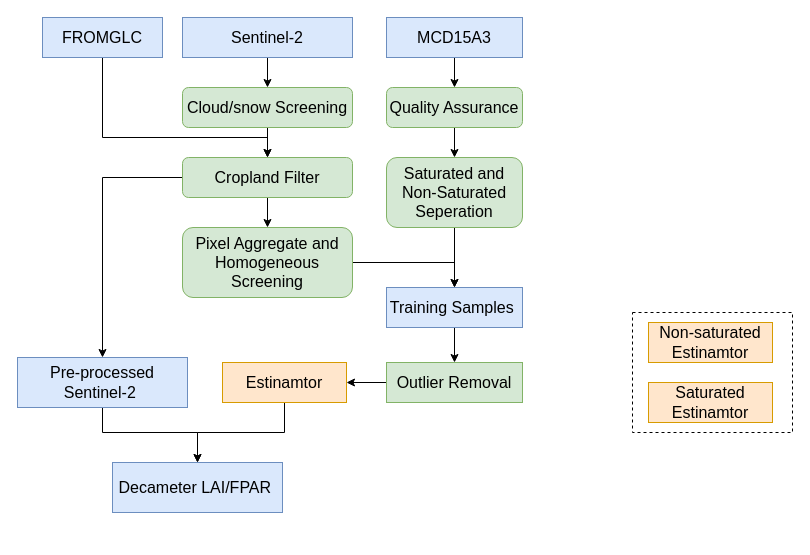
Above: Untitled Diagram.drawio in ynhsun/diagram (draw.io), before the change. Source tidied: cells renumbered, new cells numbered last; positions are measured from the earlier drawing's top-left corner, leaving out a move shared by most shapes. Both pictures are drawn from the tidied source at 100%, with x=0, y=0 at pixel (17, 17).
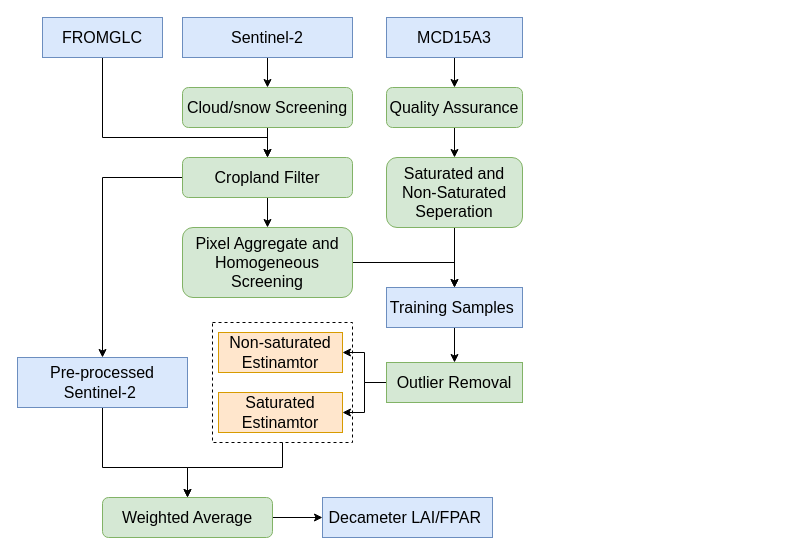
After the change.

The change refers to these unchanged cells:
```xml
<mxCell id="22" value="Outlier Removal" style="rounded=0;whiteSpace=wrap;html=1;fontSize=16;fillColor=#d5e8d4;strokeColor=#82b366;" parent="1" vertex="1">
  <mxGeometry x="369" y="345" width="136" height="40" as="geometry" />
</mxCell>
<mxCell id="26" value="Pre-processed Sentinel-2&amp;nbsp;" style="rounded=0;whiteSpace=wrap;html=1;fontSize=16;fillColor=#dae8fc;strokeColor=#6c8ebf;" parent="1" vertex="1">
  <mxGeometry y="340" width="170" height="50" as="geometry" />
</mxCell>
```

What changed in the source:
```diff
@@
-    <mxCell id="21" style="edgeStyle=orthogonalEdgeStyle;rounded=0;jettySize=auto;html=1;exitX=0;exitY=0.5;exitDx=0;exitDy=0;fontSize=16;" parent="1" edge="1" source="22" target="24">
-      <mxGeometry relative="1" as="geometry" />
-    </mxCell>
+    <mxCell id="31" style="edgeStyle=orthogonalEdgeStyle;rounded=0;jettySize=auto;html=1;exitX=0;exitY=0.5;exitDx=0;exitDy=0;entryX=1;entryY=0.5;entryDx=0;entryDy=0;fontSize=16;" parent="1" edge="1" source="22" target="29">
+      <mxGeometry relative="1" as="geometry" />
+    </mxCell>
+    <mxCell id="32" style="edgeStyle=orthogonalEdgeStyle;rounded=0;jettySize=auto;html=1;exitX=0;exitY=0.5;exitDx=0;exitDy=0;entryX=1;entryY=0.5;entryDx=0;entryDy=0;fontSize=16;" parent="1" edge="1" source="22" target="30">
+      <mxGeometry relative="1" as="geometry" />
+    </mxCell>
@@
-    <mxCell id="23" style="edgeStyle=orthogonalEdgeStyle;rounded=0;jettySize=auto;html=1;exitX=0.5;exitY=1;exitDx=0;exitDy=0;entryX=0.5;entryY=0;entryDx=0;entryDy=0;fontSize=16;" parent="1" edge="1" source="24" target="27">
-      <mxGeometry relative="1" as="geometry" />
-    </mxCell>
-    <mxCell id="24" value="Estinamtor" style="rounded=0;whiteSpace=wrap;html=1;fontSize=16;fillColor=#ffe6cc;strokeColor=#d79b00;" parent="1" vertex="1">
-      <mxGeometry x="205" y="345" width="124" height="40" as="geometry" />
-    </mxCell>
-    <mxCell id="25" style="edgeStyle=orthogonalEdgeStyle;rounded=0;jettySize=auto;html=1;exitX=0.5;exitY=1;exitDx=0;exitDy=0;entryX=0.5;entryY=0;entryDx=0;entryDy=0;fontSize=16;" parent="1" edge="1" source="26" target="27">
-      <mxGeometry relative="1" as="geometry">
-        <Array as="points">
-          <mxPoint x="85" y="415" />
-          <mxPoint x="180" y="415" />
-        </Array>
-      </mxGeometry>
-    </mxCell>
+    <mxCell id="33" style="edgeStyle=orthogonalEdgeStyle;rounded=0;jettySize=auto;html=1;exitX=0.5;exitY=1;exitDx=0;exitDy=0;entryX=0.5;entryY=0;entryDx=0;entryDy=0;fontSize=16;" parent="1" edge="1" source="26" target="36">
+      <mxGeometry relative="1" as="geometry">
+        <Array as="points">
+          <mxPoint x="85" y="450" />
+          <mxPoint x="170" y="450" />
+        </Array>
+      </mxGeometry>
+    </mxCell>
@@
     <mxCell id="27" value="Decameter LAI/FPAR&amp;nbsp;" style="rounded=0;whiteSpace=wrap;html=1;fontSize=16;fillColor=#dae8fc;strokeColor=#6c8ebf;" parent="1" vertex="1">
-      <mxGeometry x="95" y="445" width="170" height="50" as="geometry" />
+      <mxGeometry x="305" y="480" width="170" height="40" as="geometry" />
     </mxCell>
+    <mxCell id="34" style="edgeStyle=orthogonalEdgeStyle;rounded=0;jettySize=auto;html=1;exitX=0.5;exitY=1;exitDx=0;exitDy=0;entryX=0.5;entryY=0;entryDx=0;entryDy=0;fontSize=16;" parent="1" edge="1" source="28" target="36">
+      <mxGeometry relative="1" as="geometry">
+        <Array as="points">
+          <mxPoint x="265" y="450" />
+          <mxPoint x="170" y="450" />
+        </Array>
+      </mxGeometry>
+    </mxCell>
     <mxCell id="28" style="rounded=0;whiteSpace=wrap;html=1;fontSize=16;dashed=1;fillColor=none;" parent="1" vertex="1">
-      <mxGeometry x="615" y="295" width="160" height="120" as="geometry" />
+      <mxGeometry x="195" y="305" width="140" height="120" as="geometry" />
     </mxCell>
     <mxCell id="29" value="Non-saturated Estinamtor" style="rounded=0;whiteSpace=wrap;html=1;fontSize=16;fillColor=#ffe6cc;strokeColor=#d79b00;" parent="1" vertex="1">
-      <mxGeometry x="631" y="305" width="124" height="40" as="geometry" />
+      <mxGeometry x="201" y="315" width="124" height="40" as="geometry" />
     </mxCell>
     <mxCell id="30" value="Saturated Estinamtor" style="rounded=0;whiteSpace=wrap;html=1;fontSize=16;fillColor=#ffe6cc;strokeColor=#d79b00;" parent="1" vertex="1">
-      <mxGeometry x="631" y="365" width="124" height="40" as="geometry" />
+      <mxGeometry x="201" y="375" width="124" height="40" as="geometry" />
     </mxCell>
+    <mxCell id="35" style="edgeStyle=orthogonalEdgeStyle;rounded=0;jettySize=auto;html=1;fontSize=16;" parent="1" edge="1" source="36" target="27">
+      <mxGeometry relative="1" as="geometry" />
+    </mxCell>
+    <mxCell id="36" value="Weighted Average" style="rounded=1;whiteSpace=wrap;html=1;fontSize=16;fillColor=#d5e8d4;strokeColor=#82b366;" parent="1" vertex="1">
+      <mxGeometry x="85" y="480" width="170" height="40" as="geometry" />
+    </mxCell>
```
